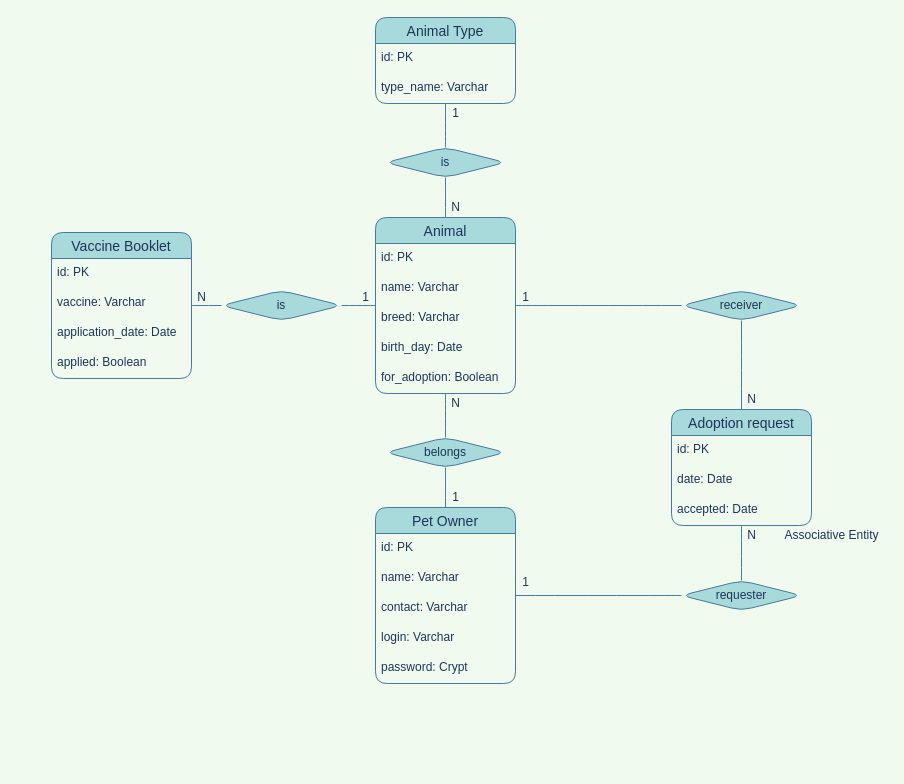
Before: docs/modelagem/models.drawio in PedroHenriqueDevBR/adocao-animal-web, a draw.io diagram. Source tidied: cells renumbered, new cells numbered last; positions are measured from the earlier drawing's top-left corner, leaving out a move shared by most shapes. Both pictures are drawn from the tidied source at 100%, with x=0, y=0 at pixel (51, 17).
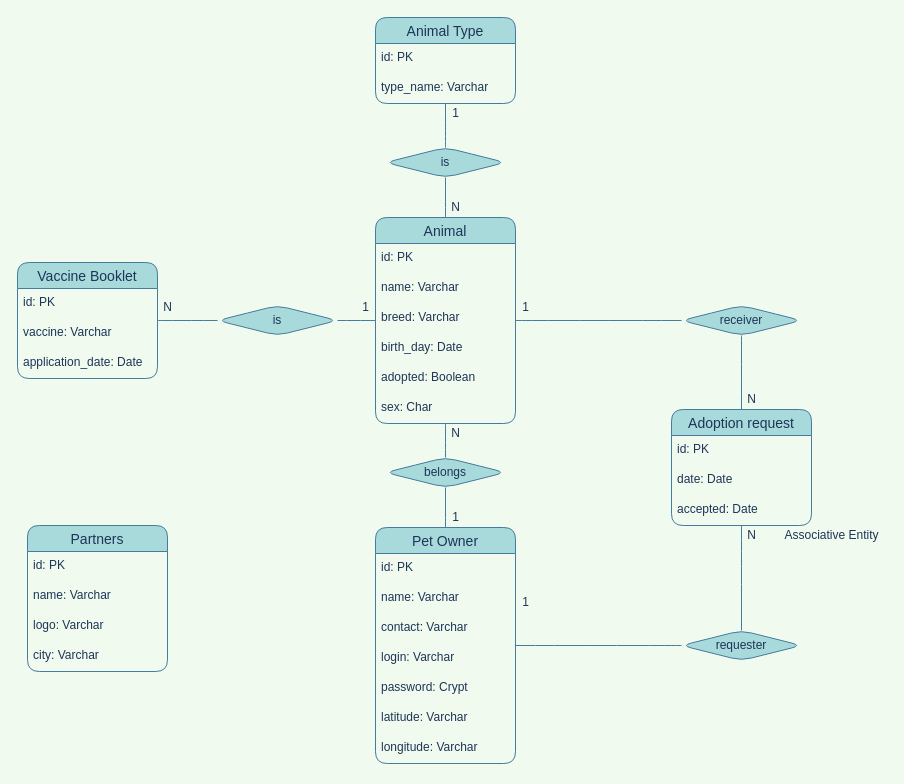
The same page after the edit.

What changed in the source:
```diff
@@
     <mxCell id="2" value="Animal" style="swimlane;fontStyle=0;horizontal=1;startSize=26;align=center;fontSize=14;fillColor=#A8DADC;strokeColor=#457B9D;fontColor=#1D3557;rounded=1;" parent="1" vertex="1">
-      <mxGeometry x="324" y="200" width="140" height="176" as="geometry" />
+      <mxGeometry x="324" y="200" width="140" height="206" as="geometry" />
     </mxCell>
@@
-    <mxCell id="7" value="for_adoption: Boolean" style="text;strokeColor=none;fillColor=none;spacingLeft=4;spacingRight=4;overflow=hidden;fontSize=12;fontColor=#1D3557;rounded=1;" parent="2" vertex="1">
+    <mxCell id="7" value="adopted: Boolean" style="text;strokeColor=none;fillColor=none;spacingLeft=4;spacingRight=4;overflow=hidden;fontSize=12;fontColor=#1D3557;rounded=1;" parent="2" vertex="1">
       <mxGeometry y="146" width="140" height="30" as="geometry" />
     </mxCell>
+    <mxCell id="52" value="sex: Char" style="text;strokeColor=none;fillColor=none;spacingLeft=4;spacingRight=4;overflow=hidden;fontSize=12;fontColor=#1D3557;rounded=1;" parent="2" vertex="1">
+      <mxGeometry y="176" width="140" height="30" as="geometry" />
+    </mxCell>
@@
     <mxCell id="16" value="Pet Owner" style="swimlane;fontStyle=0;horizontal=1;startSize=26;align=center;fontSize=14;fillColor=#A8DADC;strokeColor=#457B9D;fontColor=#1D3557;rounded=1;" parent="1" vertex="1">
-      <mxGeometry x="324" y="490" width="140" height="176" as="geometry" />
+      <mxGeometry x="324" y="510" width="140" height="236" as="geometry" />
     </mxCell>
@@
+    <mxCell id="53" value="latitude: Varchar" style="text;strokeColor=none;fillColor=none;spacingLeft=4;spacingRight=4;overflow=hidden;fontSize=12;fontColor=#1D3557;rounded=1;" parent="16" vertex="1">
+      <mxGeometry y="176" width="140" height="30" as="geometry" />
+    </mxCell>
+    <mxCell id="54" value="longitude: Varchar" style="text;strokeColor=none;fillColor=none;spacingLeft=4;spacingRight=4;overflow=hidden;fontSize=12;fontColor=#1D3557;rounded=1;" parent="16" vertex="1">
+      <mxGeometry y="206" width="140" height="30" as="geometry" />
+    </mxCell>
     <mxCell id="22" value="belongs" style="shape=rhombus;perimeter=rhombusPerimeter;whiteSpace=wrap;html=1;align=center;fillColor=#A8DADC;strokeColor=#457B9D;fontColor=#1D3557;rounded=1;" parent="1" vertex="1">
-      <mxGeometry x="334" y="420" width="120" height="30" as="geometry" />
+      <mxGeometry x="334" y="440" width="120" height="30" as="geometry" />
     </mxCell>
@@
     <mxCell id="25" value="N" style="text;html=1;align=center;verticalAlign=middle;strokeColor=none;fontColor=#1D3557;rounded=1;" parent="1" vertex="1">
-      <mxGeometry x="394" y="376" width="20" height="20" as="geometry" />
+      <mxGeometry x="394" y="406" width="20" height="20" as="geometry" />
     </mxCell>
     <mxCell id="26" value="1" style="text;html=1;align=center;verticalAlign=middle;strokeColor=none;fontColor=#1D3557;rounded=1;" parent="1" vertex="1">
-      <mxGeometry x="394" y="470" width="20" height="20" as="geometry" />
+      <mxGeometry x="394" y="490" width="20" height="20" as="geometry" />
     </mxCell>
     <mxCell id="27" value="Vaccine Booklet" style="swimlane;fontStyle=0;horizontal=1;startSize=26;align=center;fontSize=14;fillColor=#A8DADC;strokeColor=#457B9D;fontColor=#1D3557;rounded=1;" parent="1" vertex="1">
-      <mxGeometry y="215" width="140" height="146" as="geometry" />
+      <mxGeometry x="-34" y="245" width="140" height="116" as="geometry" />
     </mxCell>
@@
-    <mxCell id="31" value="applied: Boolean" style="text;strokeColor=none;fillColor=none;spacingLeft=4;spacingRight=4;overflow=hidden;fontSize=12;fontColor=#1D3557;rounded=1;" parent="27" vertex="1">
-      <mxGeometry y="116" width="140" height="30" as="geometry" />
-    </mxCell>
     <mxCell id="32" value="is" style="shape=rhombus;perimeter=rhombusPerimeter;whiteSpace=wrap;html=1;align=center;fillColor=#A8DADC;strokeColor=#457B9D;fontColor=#1D3557;rounded=1;" parent="1" vertex="1">
-      <mxGeometry x="170" y="273" width="120" height="30" as="geometry" />
+      <mxGeometry x="166" y="288" width="120" height="30" as="geometry" />
     </mxCell>
@@
     <mxCell id="39" value="requester" style="shape=rhombus;perimeter=rhombusPerimeter;whiteSpace=wrap;html=1;align=center;fillColor=#A8DADC;strokeColor=#457B9D;fontColor=#1D3557;rounded=1;" parent="1" vertex="1">
-      <mxGeometry x="630" y="563" width="120" height="30" as="geometry" />
+      <mxGeometry x="630" y="613" width="120" height="30" as="geometry" />
     </mxCell>
@@
     <mxCell id="42" value="receiver" style="shape=rhombus;perimeter=rhombusPerimeter;whiteSpace=wrap;html=1;align=center;fillColor=#A8DADC;strokeColor=#457B9D;fontColor=#1D3557;rounded=1;" parent="1" vertex="1">
-      <mxGeometry x="630" y="273" width="120" height="30" as="geometry" />
+      <mxGeometry x="630" y="288" width="120" height="30" as="geometry" />
     </mxCell>
@@
     <mxCell id="46" value="1" style="text;html=1;align=center;verticalAlign=middle;strokeColor=none;fontColor=#1D3557;rounded=1;" parent="1" vertex="1">
-      <mxGeometry x="464" y="270" width="20" height="20" as="geometry" />
+      <mxGeometry x="464" y="280" width="20" height="20" as="geometry" />
     </mxCell>
@@
     <mxCell id="48" value="1" style="text;html=1;align=center;verticalAlign=middle;strokeColor=none;fontColor=#1D3557;rounded=1;" parent="1" vertex="1">
-      <mxGeometry x="464" y="555" width="20" height="20" as="geometry" />
+      <mxGeometry x="464" y="575" width="20" height="20" as="geometry" />
     </mxCell>
     <mxCell id="49" value="N" style="text;html=1;align=center;verticalAlign=middle;strokeColor=none;fontColor=#1D3557;rounded=1;" parent="1" vertex="1">
-      <mxGeometry x="140" y="270" width="20" height="20" as="geometry" />
+      <mxGeometry x="106" y="280" width="20" height="20" as="geometry" />
     </mxCell>
     <mxCell id="50" value="1" style="text;html=1;align=center;verticalAlign=middle;strokeColor=none;fontColor=#1D3557;rounded=1;" parent="1" vertex="1">
-      <mxGeometry x="304" y="270" width="20" height="20" as="geometry" />
+      <mxGeometry x="304" y="280" width="20" height="20" as="geometry" />
     </mxCell>
@@
+    <mxCell id="55" value="Partners" style="swimlane;fontStyle=0;horizontal=1;startSize=26;align=center;fontSize=14;fillColor=#A8DADC;strokeColor=#457B9D;fontColor=#1D3557;rounded=1;" parent="1" vertex="1">
+      <mxGeometry x="-24" y="508" width="140" height="146" as="geometry" />
+    </mxCell>
+    <mxCell id="56" value="id: PK" style="text;strokeColor=none;fillColor=none;spacingLeft=4;spacingRight=4;overflow=hidden;fontSize=12;fontColor=#1D3557;rounded=1;" parent="55" vertex="1">
+      <mxGeometry y="26" width="140" height="30" as="geometry" />
+    </mxCell>
+    <mxCell id="57" value="name: Varchar" style="text;strokeColor=none;fillColor=none;spacingLeft=4;spacingRight=4;overflow=hidden;fontSize=12;fontColor=#1D3557;rounded=1;" parent="55" vertex="1">
+      <mxGeometry y="56" width="140" height="30" as="geometry" />
+    </mxCell>
+    <mxCell id="58" value="logo: Varchar" style="text;strokeColor=none;fillColor=none;spacingLeft=4;spacingRight=4;overflow=hidden;fontSize=12;fontColor=#1D3557;rounded=1;" parent="55" vertex="1">
+      <mxGeometry y="86" width="140" height="30" as="geometry" />
+    </mxCell>
+    <mxCell id="59" value="city: Varchar" style="text;strokeColor=none;fillColor=none;spacingLeft=4;spacingRight=4;overflow=hidden;fontSize=12;fontColor=#1D3557;rounded=1;" parent="55" vertex="1">
+      <mxGeometry y="116" width="140" height="30" as="geometry" />
+    </mxCell>
```
